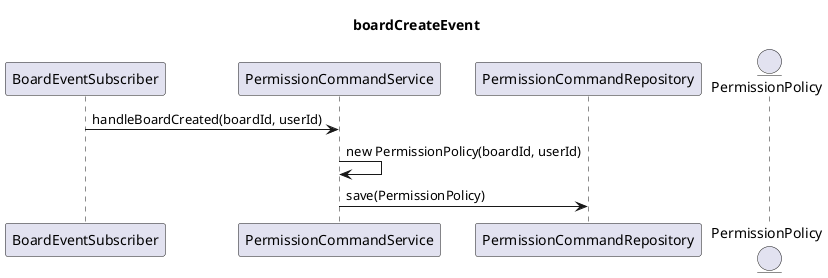
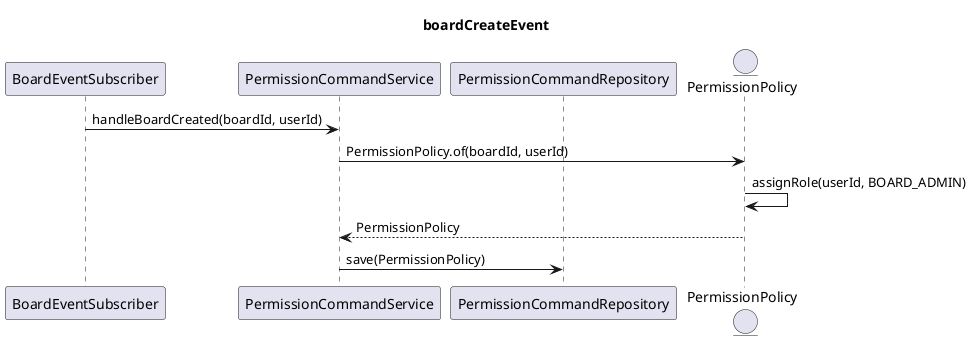
@startuml PermissionPolicy_BOARD_CREATED_HANDLE
title boardCreateEvent

participant BoardEventSubscriber
participant PermissionCommandService
participant PermissionCommandRepository
entity PermissionPolicy

BoardEventSubscriber -> PermissionCommandService : handleBoardCreated(boardId, userId)
- PermissionCommandService -> PermissionCommandService : new PermissionPolicy(boardId, userId)
+ PermissionCommandService -> PermissionPolicy : PermissionPolicy.of(boardId, userId)
+ PermissionPolicy -> PermissionPolicy : assignRole(userId, BOARD_ADMIN)
+ PermissionPolicy --> PermissionCommandService : PermissionPolicy
PermissionCommandService -> PermissionCommandRepository : save(PermissionPolicy)
@enduml